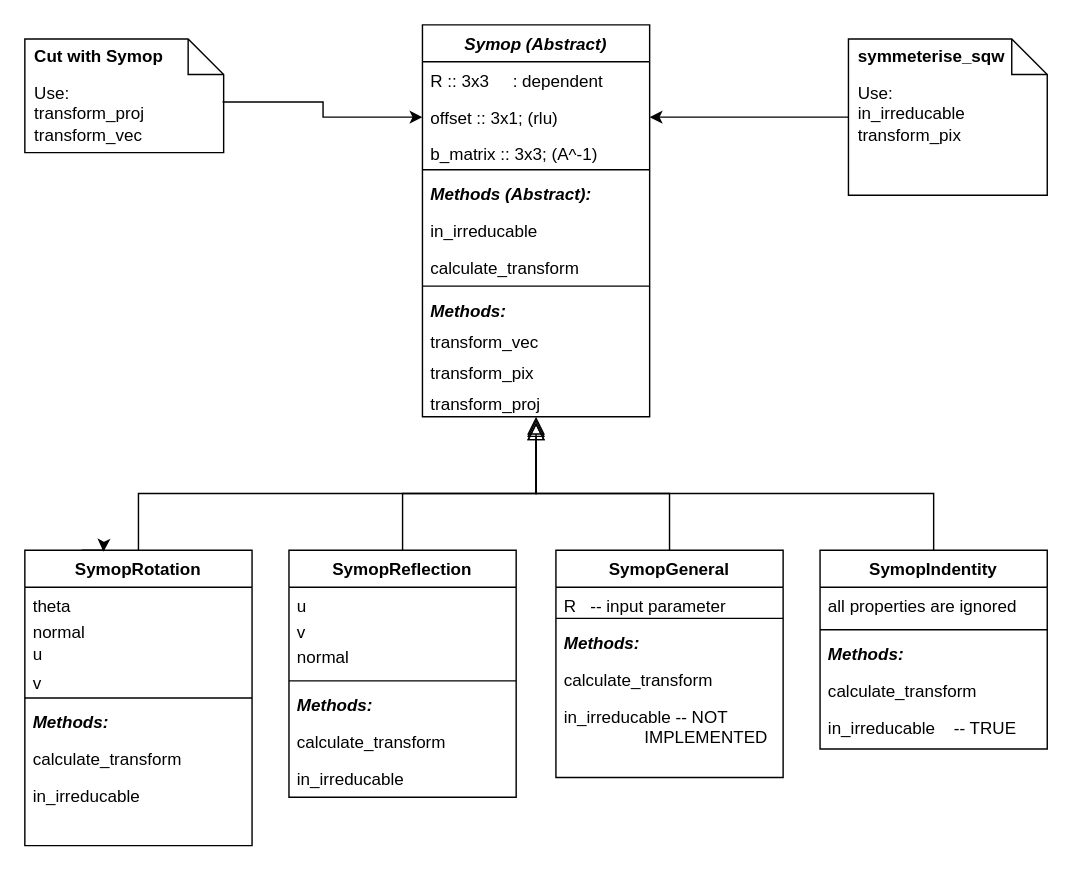
Earlier version of the draw.io diagram documentation/diagrams/Symops.drawio (pace-neutrons/Horace). Source tidied: cells renumbered, new cells numbered last; positions are measured from the earlier drawing's top-left corner, leaving out a move shared by most shapes. Both pictures are drawn from the tidied source at 142%, with x=0, y=0 at pixel (24, 24).
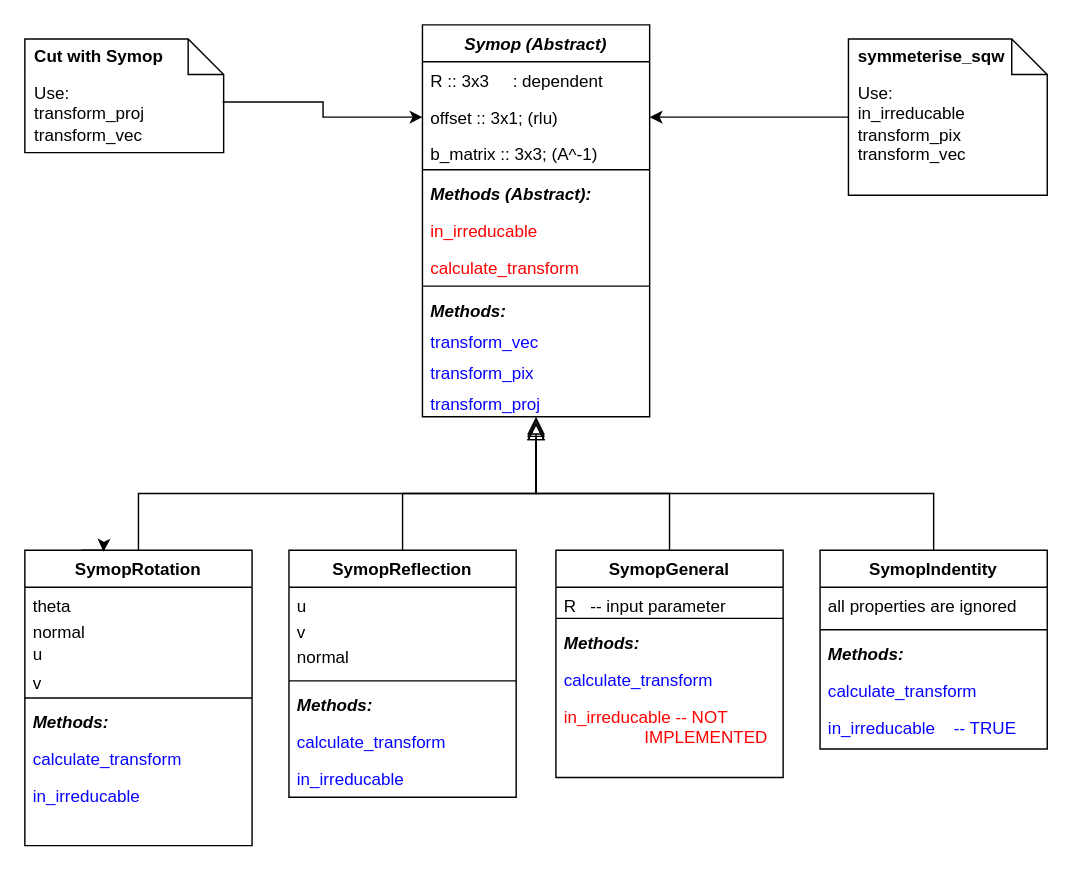
After the change.

Commit message (it also covers changes not shown here):
Re #1918 Better Symops diagram presenting

Unchanged cells that the change refers to:
```xml
<mxCell id="2" value="Symop (Abstract)" style="swimlane;fontStyle=3;align=center;verticalAlign=top;horizontal=1;startSize=26;rounded=0;shadow=0;strokeWidth=1;" parent="1" vertex="1">
  <mxGeometry x="280" width="160" height="276" as="geometry" />
</mxCell>
<mxCell id="16" value="SymopRotation" style="swimlane;fontStyle=1;align=center;verticalAlign=top;horizontal=1;startSize=26;rounded=0;shadow=0;strokeWidth=1;" parent="1" vertex="1">
  <mxGeometry y="370" width="160" height="208" as="geometry" />
</mxCell>
<mxCell id="26" value="SymopGeneral" style="swimlane;fontStyle=1;align=center;verticalAlign=top;horizontal=1;startSize=26;rounded=0;shadow=0;strokeWidth=1;" parent="1" vertex="1">
  <mxGeometry x="374" y="370" width="160" height="160" as="geometry" />
</mxCell>
<mxCell id="32" value="SymopReflection" style="swimlane;fontStyle=1;align=center;verticalAlign=top;horizontal=1;startSize=26;rounded=0;shadow=0;strokeWidth=1;" parent="1" vertex="1">
  <mxGeometry x="186" y="370" width="160" height="174" as="geometry" />
</mxCell>
<mxCell id="40" value="SymopIndentity" style="swimlane;fontStyle=1;align=center;verticalAlign=top;horizontal=1;startSize=26;rounded=0;shadow=0;strokeWidth=1;" parent="1" vertex="1">
  <mxGeometry x="560" y="370" width="160" height="140" as="geometry" />
</mxCell>
```

Change to the diagram source:
```diff
@@
-    <mxCell id="8" value="in_irreducable" style="text;align=left;verticalAlign=top;spacingLeft=4;spacingRight=4;overflow=hidden;points=[[0,0.5],[1,0.5]];portConstraint=eastwest;fontStyle=0;" parent="2" vertex="1">
+    <mxCell id="8" value="in_irreducable" style="text;align=left;verticalAlign=top;spacingLeft=4;spacingRight=4;overflow=hidden;points=[[0,0.5],[1,0.5]];portConstraint=eastwest;fontStyle=0;fontColor=#FF0000;" parent="2" vertex="1">
       <mxGeometry y="132" width="160" height="26" as="geometry" />
     </mxCell>
-    <mxCell id="9" value="calculate_transform" style="text;align=left;verticalAlign=top;spacingLeft=4;spacingRight=4;overflow=hidden;fontStyle=0;" parent="2" vertex="1">
+    <mxCell id="9" value="calculate_transform" style="text;align=left;verticalAlign=top;spacingLeft=4;spacingRight=4;overflow=hidden;fontStyle=0;fontColor=#FF0000;" parent="2" vertex="1">
       <mxGeometry y="158" width="160" height="22" as="geometry" />
     </mxCell>
@@
-    <mxCell id="12" value="transform_vec" style="text;align=left;verticalAlign=top;spacingLeft=4;spacingRight=4;overflow=hidden;fontStyle=0;" parent="2" vertex="1">
+    <mxCell id="12" value="transform_vec" style="text;align=left;verticalAlign=top;spacingLeft=4;spacingRight=4;overflow=hidden;fontStyle=0;fontColor=#0603FF;" parent="2" vertex="1">
       <mxGeometry y="210" width="160" height="22" as="geometry" />
     </mxCell>
-    <mxCell id="13" value="transform_pix" style="text;align=left;verticalAlign=top;spacingLeft=4;spacingRight=4;overflow=hidden;fontStyle=0;" parent="2" vertex="1">
+    <mxCell id="13" value="transform_pix" style="text;align=left;verticalAlign=top;spacingLeft=4;spacingRight=4;overflow=hidden;fontStyle=0;fontColor=#0603FF;" parent="2" vertex="1">
       <mxGeometry y="232" width="160" height="22" as="geometry" />
     </mxCell>
-    <mxCell id="14" value="transform_proj" style="text;align=left;verticalAlign=top;spacingLeft=4;spacingRight=4;overflow=hidden;points=[[0,0.5],[1,0.5]];portConstraint=eastwest;fontStyle=0;" parent="2" vertex="1">
+    <mxCell id="14" value="transform_proj" style="text;align=left;verticalAlign=top;spacingLeft=4;spacingRight=4;overflow=hidden;points=[[0,0.5],[1,0.5]];portConstraint=eastwest;fontStyle=0;fontColor=#0603FF;" parent="2" vertex="1">
       <mxGeometry y="254" width="160" height="22" as="geometry" />
     </mxCell>
@@
-    <mxCell id="23" value="calculate_transform" style="text;align=left;verticalAlign=top;spacingLeft=4;spacingRight=4;overflow=hidden;fontStyle=0;" parent="16" vertex="1">
+    <mxCell id="23" value="calculate_transform" style="text;align=left;verticalAlign=top;spacingLeft=4;spacingRight=4;overflow=hidden;fontStyle=0;fontColor=#0603FF;" parent="16" vertex="1">
       <mxGeometry y="134" width="160" height="26" as="geometry" />
     </mxCell>
-    <mxCell id="24" value="in_irreducable" style="text;align=left;verticalAlign=top;spacingLeft=4;spacingRight=4;overflow=hidden;fontStyle=0;" parent="16" vertex="1">
+    <mxCell id="24" value="in_irreducable" style="text;align=left;verticalAlign=top;spacingLeft=4;spacingRight=4;overflow=hidden;fontStyle=0;fontColor=#0603FF;" parent="16" vertex="1">
       <mxGeometry y="160" width="160" height="26" as="geometry" />
     </mxCell>
@@
-    <mxCell id="30" value="calculate_transform " style="text;align=left;verticalAlign=top;spacingLeft=4;spacingRight=4;overflow=hidden;fontStyle=0;" parent="26" vertex="1">
+    <mxCell id="30" value="calculate_transform " style="text;align=left;verticalAlign=top;spacingLeft=4;spacingRight=4;overflow=hidden;fontStyle=0;fontColor=#0603FF;" parent="26" vertex="1">
       <mxGeometry y="78" width="160" height="26" as="geometry" />
     </mxCell>
-    <mxCell id="31" value="in_irreducable -- NOT &#10;                 IMPLEMENTED" style="text;align=left;verticalAlign=top;spacingLeft=4;spacingRight=4;overflow=hidden;fontStyle=0;" parent="26" vertex="1">
+    <mxCell id="31" value="in_irreducable -- NOT &#10;                 IMPLEMENTED" style="text;align=left;verticalAlign=top;spacingLeft=4;spacingRight=4;overflow=hidden;fontStyle=0;fontColor=#FF0000;" parent="26" vertex="1">
       <mxGeometry y="104" width="160" height="46" as="geometry" />
     </mxCell>
@@
-    <mxCell id="38" value="calculate_transform" style="text;align=left;verticalAlign=top;spacingLeft=4;spacingRight=4;overflow=hidden;fontStyle=0;" parent="32" vertex="1">
+    <mxCell id="38" value="calculate_transform" style="text;align=left;verticalAlign=top;spacingLeft=4;spacingRight=4;overflow=hidden;fontStyle=0;fontColor=#0603FF;" parent="32" vertex="1">
       <mxGeometry y="122" width="160" height="26" as="geometry" />
     </mxCell>
-    <mxCell id="39" value="in_irreducable" style="text;align=left;verticalAlign=top;spacingLeft=4;spacingRight=4;overflow=hidden;fontStyle=0;" parent="32" vertex="1">
+    <mxCell id="39" value="in_irreducable" style="text;align=left;verticalAlign=top;spacingLeft=4;spacingRight=4;overflow=hidden;fontStyle=0;fontColor=#0603FF;" parent="32" vertex="1">
       <mxGeometry y="148" width="160" height="26" as="geometry" />
     </mxCell>
@@
-    <mxCell id="44" value="calculate_transform" style="text;align=left;verticalAlign=top;spacingLeft=4;spacingRight=4;overflow=hidden;fontStyle=0;" parent="40" vertex="1">
+    <mxCell id="44" value="calculate_transform" style="text;align=left;verticalAlign=top;spacingLeft=4;spacingRight=4;overflow=hidden;fontStyle=0;fontColor=#0603FF;" parent="40" vertex="1">
       <mxGeometry y="86" width="160" height="26" as="geometry" />
     </mxCell>
-    <mxCell id="45" value="in_irreducable    -- TRUE" style="text;align=left;verticalAlign=top;spacingLeft=4;spacingRight=4;overflow=hidden;fontStyle=0;" parent="40" vertex="1">
+    <mxCell id="45" value="in_irreducable    -- TRUE" style="text;align=left;verticalAlign=top;spacingLeft=4;spacingRight=4;overflow=hidden;fontStyle=0;fontColor=#0603FF;" parent="40" vertex="1">
       <mxGeometry y="112" width="160" height="26" as="geometry" />
     </mxCell>
@@
-    <mxCell id="52" value="Use:&lt;div&gt;&lt;span style=&quot;background-color: transparent; color: light-dark(rgb(0, 0, 0), rgb(255, 255, 255));&quot;&gt;in_irreducable&lt;/span&gt;&lt;/div&gt;&lt;div&gt;transform_pix&lt;/div&gt;" style="shape=note2;boundedLbl=1;whiteSpace=wrap;html=1;size=25;verticalAlign=top;align=left;spacingLeft=5;" parent="1" vertex="1">
+    <mxCell id="52" value="Use:&lt;div&gt;&lt;span style=&quot;background-color: transparent; color: light-dark(rgb(0, 0, 0), rgb(255, 255, 255));&quot;&gt;in_irreducable&lt;/span&gt;&lt;/div&gt;&lt;div&gt;transform_pix&lt;/div&gt;&lt;div&gt;transform_vec&lt;/div&gt;" style="shape=note2;boundedLbl=1;whiteSpace=wrap;html=1;size=25;verticalAlign=top;align=left;spacingLeft=5;" parent="1" vertex="1">
       <mxGeometry x="580" y="10" width="140" height="110" as="geometry" />
     </mxCell>
```
